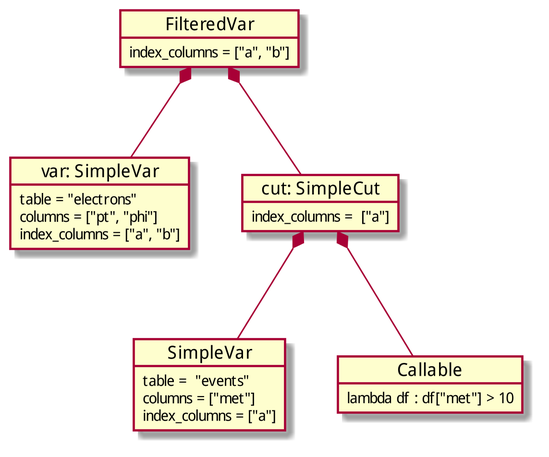
Before: docs/diagrams/fv-uc-01.png, a diagram exported from PlantUML (marcpaterno/pandana3-design).
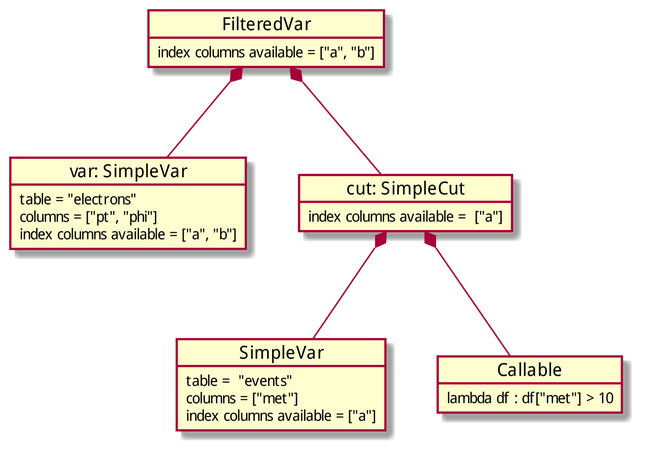
Later version of the same file.

Diff of the diagram source:
```diff
@@ -4,21 +4,21 @@
 object "var: SimpleVar" as var {
   table = "electrons"
   columns = ["pt", "phi"]
-  index_columns = ["a", "b"]
+  index columns available = ["a", "b"]
 }
 
 object "cut: SimpleCut" as cut {
-  index_columns =  ["a"]
+  index columns available =  ["a"]
 }
 
 object "SimpleVar" as met {
   table =  "events"
   columns = ["met"]
-  index_columns = ["a"]
+  index columns available = ["a"]
 }
 
 object "FilteredVar" as fv {
-  index_columns = ["a", "b"]
+  index columns available = ["a", "b"]
 }
 
 object "Callable" as pred {
```
